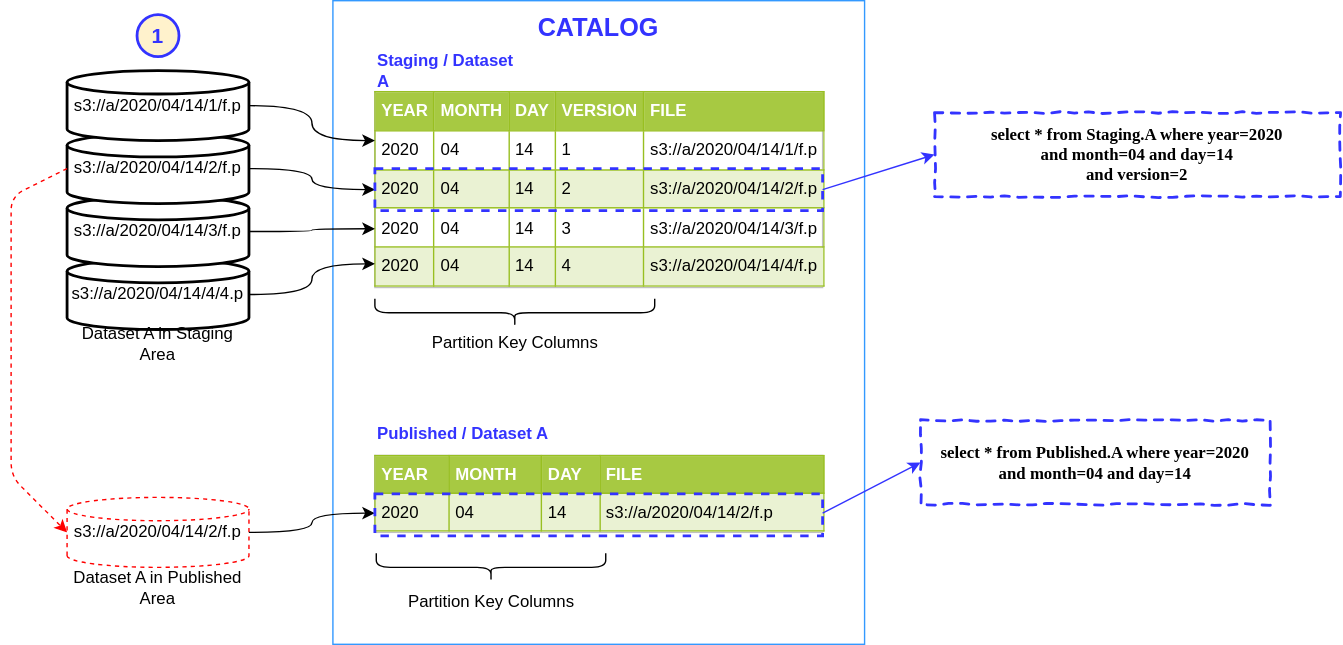
Before: docs/data-lake-catalog-magic.svg, a diagram exported from draw.io (victor-kolesnikov/light). Source tidied: cells renumbered, new cells last; positions are measured from the earlier drawing's top-left corner, leaving out a move shared by most shapes.
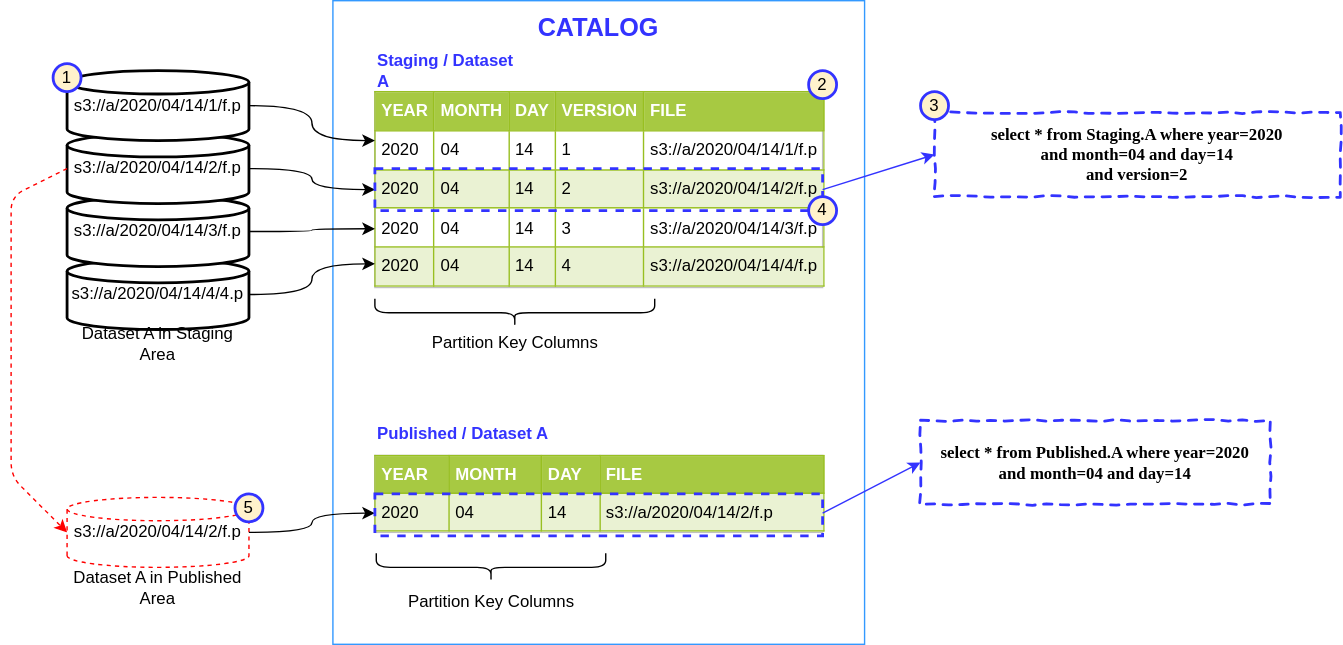
After the change.

Diff of the diagram source:
```diff
@@ -94,8 +94,20 @@
     <mxCell id="30" style="rounded=0;whiteSpace=wrap;html=1;dashed=1;strokeColor=#3333FF;strokeWidth=2;fillColor=none;" parent="1" vertex="1">
       <mxGeometry x="260" y="352.5" width="320" height="30" as="geometry" />
     </mxCell>
-    <mxCell id="31" value="&lt;font style=&quot;font-size: 15px&quot; color=&quot;#3333FF&quot;&gt;&lt;b&gt;1&lt;/b&gt;&lt;/font&gt;" style="ellipse;whiteSpace=wrap;html=1;strokeWidth=2;fillColor=#FFF2CC;strokeColor=#3333FF;" parent="1" vertex="1">
-      <mxGeometry x="90" y="10" width="30" height="30" as="geometry" />
+    <mxCell id="31" value="1" style="ellipse;whiteSpace=wrap;html=1;strokeWidth=2;fillColor=#FFF2CC;strokeColor=#3333FF;" parent="1" vertex="1">
+      <mxGeometry x="30" y="45" width="20" height="20" as="geometry" />
     </mxCell>
+    <mxCell id="32" value="2" style="ellipse;whiteSpace=wrap;html=1;strokeWidth=2;fillColor=#FFF2CC;strokeColor=#3333FF;" parent="1" vertex="1">
+      <mxGeometry x="570" y="50" width="20" height="20" as="geometry" />
+    </mxCell>
+    <mxCell id="33" value="3" style="ellipse;whiteSpace=wrap;html=1;strokeWidth=2;fillColor=#FFF2CC;strokeColor=#3333FF;" parent="1" vertex="1">
+      <mxGeometry x="650" y="65" width="20" height="20" as="geometry" />
+    </mxCell>
+    <mxCell id="34" value="4" style="ellipse;whiteSpace=wrap;html=1;strokeWidth=2;fillColor=#FFF2CC;strokeColor=#3333FF;" parent="1" vertex="1">
+      <mxGeometry x="570" y="140" width="20" height="20" as="geometry" />
+    </mxCell>
+    <mxCell id="35" value="5" style="ellipse;whiteSpace=wrap;html=1;strokeWidth=2;fillColor=#FFF2CC;strokeColor=#3333FF;" parent="1" vertex="1">
+      <mxGeometry x="160" y="352.5" width="20" height="20" as="geometry" />
+    </mxCell>
   </root>
 </mxGraphModel>
```
